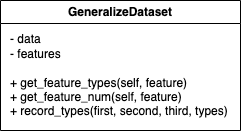
Above: Final Report/figures/uml_generalize_dataset.png in luowx0905/Individual-Project (draw.io), before the change. Source tidied: cells renumbered, new cells last; positions are measured from the earlier drawing's top-left corner, leaving out a move shared by most shapes.
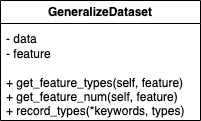
After the commit.

Change to the diagram source:
```diff
@@ -3,10 +3,10 @@
     <mxCell id="0" />
     <mxCell id="1" parent="0" />
     <mxCell id="2" value="GeneralizeDataset" style="swimlane;whiteSpace=wrap;" parent="1" vertex="1">
-      <mxGeometry width="240" height="130" as="geometry" />
+      <mxGeometry width="200" height="120" as="geometry" />
     </mxCell>
-    <mxCell id="3" value="- data&lt;br&gt;- features&lt;br&gt;&lt;br&gt;+ get_feature_types(self, feature)&lt;br&gt;+ get_feature_num(self, feature)&lt;br&gt;+ record_types(first, second, third, types)" style="text;html=1;align=left;verticalAlign=middle;strokeColor=none;fillColor=none;" parent="2" vertex="1">
-      <mxGeometry x="7.8" y="30" width="230" height="90" as="geometry" />
+    <mxCell id="3" value="- data&lt;br&gt;- feature&lt;br&gt;&lt;br&gt;+ get_feature_types(self, feature)&lt;br&gt;+ get_feature_num(self, feature)&lt;br&gt;+ record_types(*keywords, types)" style="text;html=1;align=left;verticalAlign=middle;strokeColor=none;fillColor=none;" parent="2" vertex="1">
+      <mxGeometry x="3.9" y="30" width="190" height="90" as="geometry" />
     </mxCell>
   </root>
 </mxGraphModel>
```
